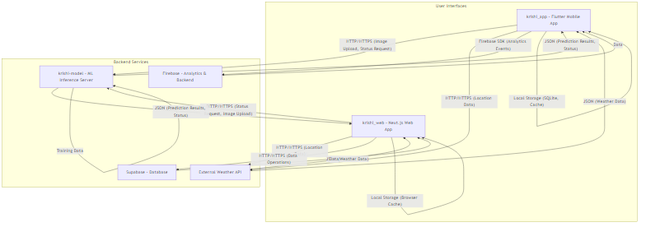
This is Architecture-Diagrams/System_Architecture_Diagram.png from HoaxBlade/krishi-sahayak-web, a Mermaid export, as it was before one commit. Its source is kept beside it as Architecture-Diagrams/System_Architecture_Diagram.mmd. The source it was exported from:
```mermaid
graph TD
    subgraph User Interfaces
        A[krishi_app - Flutter Mobile App]
        B[krishi_web - Next.js Web App]
    end

    subgraph Backend Services
        C[krishi-model - ML Inference Server]
        D[External Weather API]
        E[Firebase - Analytics & Backend]
        F[Supabase - Database]
    end

    A -- HTTP/HTTPS (Image Upload, Status Request) --> C
    C -- JSON (Prediction Results, Status) --> A

    B -- HTTP/HTTPS (Status Request, Image Upload) --> C
    C -- JSON (Prediction Results, Status) --> B

    A -- HTTP/HTTPS (Location Data) --> D
    D -- JSON (Weather Data) --> A

    B -- HTTP/HTTPS (Location Data) --> D
    D -- JSON (Weather Data) --> B

    A -- Firebase SDK (Analytics Events) --> E
    E -- Data --> A

    B -- HTTP/HTTPS (Data Operations) --> F
    F -- Data --> B

    A -- Local Storage (SQLite, Cache) --> A
    B -- Local Storage (Browser Cache) --> B

    C -- Model Files, Labels --> C
    C -- Training Data --> C
```
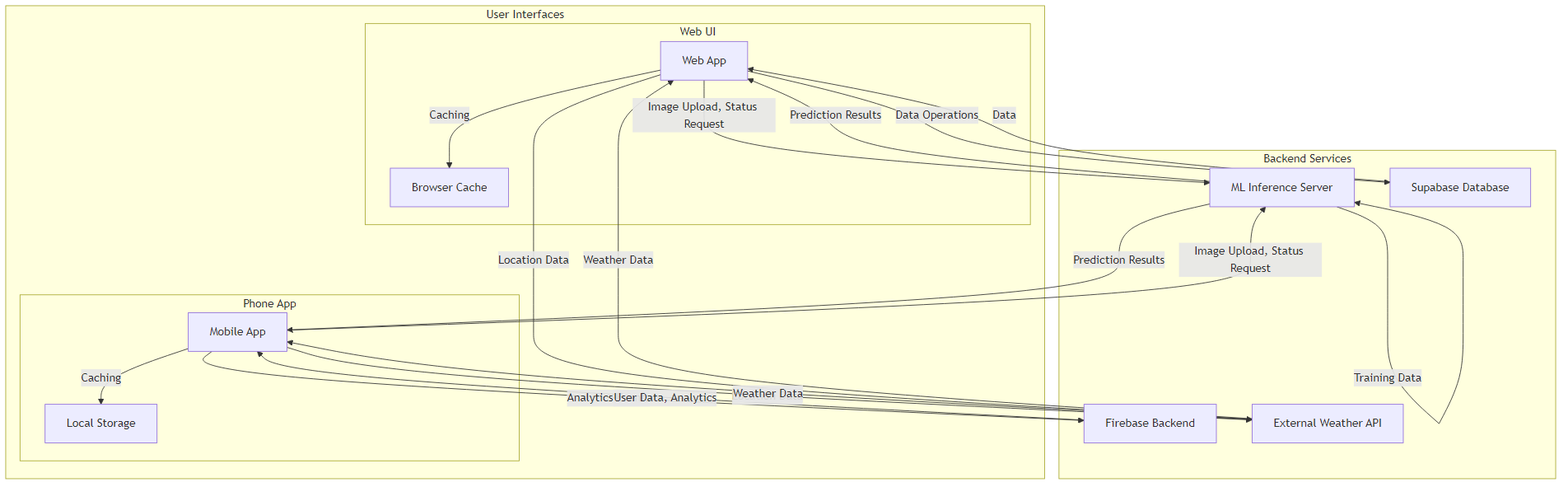
After the change.

Change to the diagram source:
```diff
@@ -1,36 +1,38 @@
 graph TD
     subgraph User Interfaces
-        A[krishi_app - Flutter Mobile App]
-        B[krishi_web - Next.js Web App]
+        subgraph Web UI
+            WebApp[Web App]
+            WebLocalStorage[Browser Cache]
+        end
+
+        subgraph Phone App
+            MobileApp[Mobile App]
+            MobileLocalStorage[Local Storage]
+        end
     end
 
     subgraph Backend Services
-        C[krishi-model - ML Inference Server]
-        D[External Weather API]
-        E[Firebase - Analytics & Backend]
-        F[Supabase - Database]
+        MLServer[ML Inference Server]
+        Firebase[Firebase Backend]
+        Supabase[Supabase Database]
+        WeatherAPI[External Weather API]
     end
 
-    A -- HTTP/HTTPS (Image Upload, Status Request) --> C
-    C -- JSON (Prediction Results, Status) --> A
+    MobileApp -- Image Upload, Status Request --> MLServer
+    MLServer -- Prediction Results --> MobileApp
+    MobileApp -- Analytics Events --> Firebase
+    MobileApp -- Location Data --> WeatherAPI
+    MobileApp -- Caching --> MobileLocalStorage
 
-    B -- HTTP/HTTPS (Status Request, Image Upload) --> C
-    C -- JSON (Prediction Results, Status) --> B
+    WebApp -- Image Upload, Status Request --> MLServer
+    MLServer -- Prediction Results --> WebApp
+    WebApp -- Data Operations --> Supabase
+    WebApp -- Location Data --> WeatherAPI
+    WebApp -- Caching --> WebLocalStorage
 
-    A -- HTTP/HTTPS (Location Data) --> D
-    D -- JSON (Weather Data) --> A
+    Firebase -- User Data, Analytics --> MobileApp
+    Supabase -- Data --> WebApp
+    WeatherAPI -- Weather Data --> MobileApp
+    WeatherAPI -- Weather Data --> WebApp
 
-    B -- HTTP/HTTPS (Location Data) --> D
-    D -- JSON (Weather Data) --> B
-
-    A -- Firebase SDK (Analytics Events) --> E
-    E -- Data --> A
-
-    B -- HTTP/HTTPS (Data Operations) --> F
-    F -- Data --> B
-
-    A -- Local Storage (SQLite, Cache) --> A
-    B -- Local Storage (Browser Cache) --> B
-
-    C -- Model Files, Labels --> C
-    C -- Training Data --> C
+    MLServer -- Training Data --> MLServer
```
